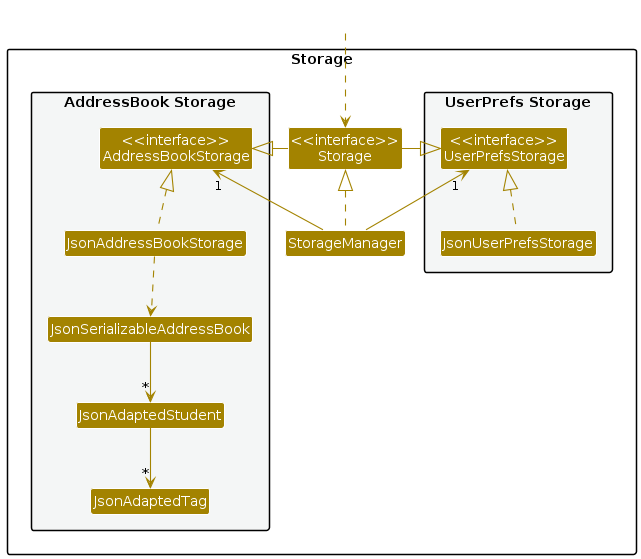
nus-cs2103-AY2223S1/tp keeps this PlantUML diagram as docs/images/StorageClassDiagram.png. Above is the earlier version. Source of this version:
```plantuml
@startuml
!include style.puml
skinparam arrowThickness 1.1
skinparam arrowColor STORAGE_COLOR
skinparam classBackgroundColor STORAGE_COLOR

package Storage{

package "UserPrefs Storage" #F4F6F6{
Class "<<interface>>\nUserPrefsStorage" as UserPrefsStorage
Class JsonUserPrefsStorage
}

Class "<<interface>>\nStorage" as Storage
Class StorageManager

package "AddressBook Storage" #F4F6F6{
Class "<<interface>>\nAddressBookStorage" as AddressBookStorage
Class JsonAddressBookStorage
Class JsonSerializableAddressBook
Class JsonAdaptedStudent
Class JsonAdaptedTag
}

}

Class HiddenOutside #FFFFFF
HiddenOutside ..> Storage

StorageManager .up.|> Storage
StorageManager -up-> "1" UserPrefsStorage
StorageManager -up-> "1" AddressBookStorage

Storage -left-|> UserPrefsStorage
Storage -right-|> AddressBookStorage

JsonUserPrefsStorage .up.|> UserPrefsStorage
JsonAddressBookStorage .up.|> AddressBookStorage
JsonAddressBookStorage ..> JsonSerializableAddressBook
JsonSerializableAddressBook --> "*" JsonAdaptedStudent
JsonAdaptedStudent --> "*" JsonAdaptedTag

@enduml
```
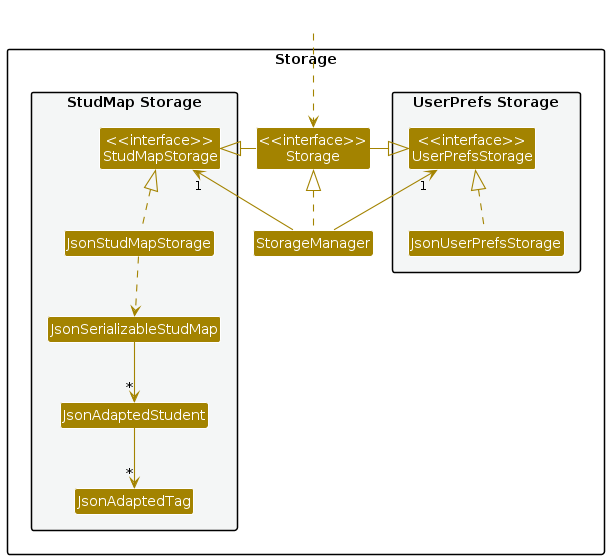
After the change.

The edit, as a diff of the source:
```diff
@@ -14,10 +14,10 @@
 Class "<<interface>>\nStorage" as Storage
 Class StorageManager
 
-package "AddressBook Storage" #F4F6F6{
-Class "<<interface>>\nAddressBookStorage" as AddressBookStorage
-Class JsonAddressBookStorage
-Class JsonSerializableAddressBook
+package "StudMap Storage" #F4F6F6{
+Class "<<interface>>\nStudMapStorage" as StudMapStorage
+Class JsonStudMapStorage
+Class JsonSerializableStudMap
 Class JsonAdaptedStudent
 Class JsonAdaptedTag
 }
@@ -29,15 +29,15 @@
 
 StorageManager .up.|> Storage
 StorageManager -up-> "1" UserPrefsStorage
-StorageManager -up-> "1" AddressBookStorage
+StorageManager -up-> "1" StudMapStorage
 
 Storage -left-|> UserPrefsStorage
-Storage -right-|> AddressBookStorage
+Storage -right-|> StudMapStorage
 
 JsonUserPrefsStorage .up.|> UserPrefsStorage
-JsonAddressBookStorage .up.|> AddressBookStorage
-JsonAddressBookStorage ..> JsonSerializableAddressBook
-JsonSerializableAddressBook --> "*" JsonAdaptedStudent
+JsonStudMapStorage .up.|> StudMapStorage
+JsonStudMapStorage ..> JsonSerializableStudMap
+JsonSerializableStudMap --> "*" JsonAdaptedStudent
 JsonAdaptedStudent --> "*" JsonAdaptedTag
 
 @enduml
```
